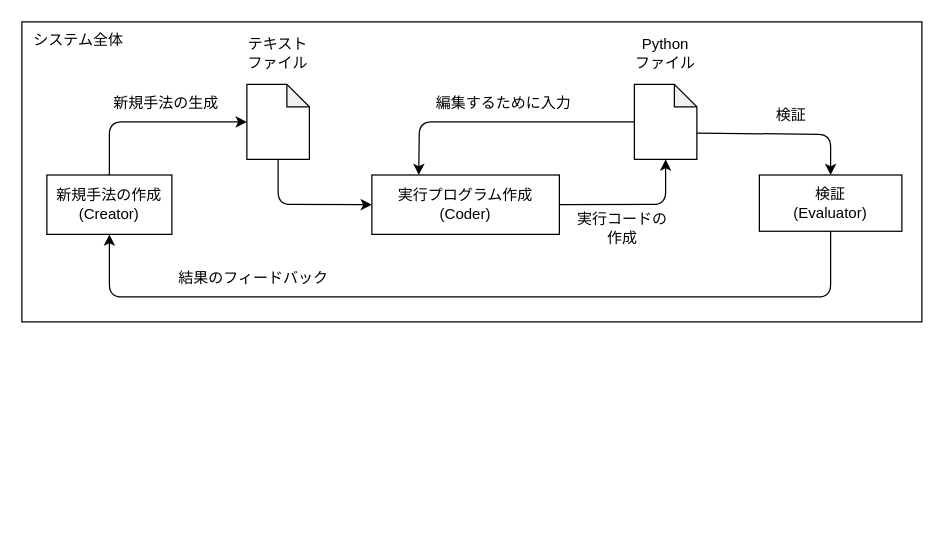
auto-res/hotl keeps this draw.io diagram as images/system.drawio. Above is the earlier version. Source tidied: cells renumbered, new cells numbered last; positions are measured from the earlier drawing's top-left corner, leaving out a move shared by most shapes. Both pictures are drawn from the tidied source at 125%, with x=0, y=0 at pixel (21, 21).
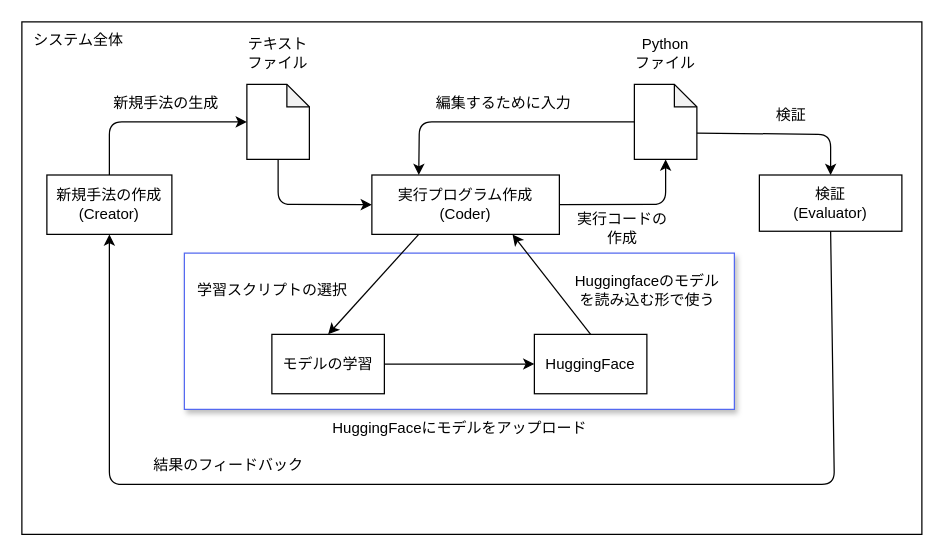
The same diagram, later.

Commit message (it also covers changes not shown here):
新しいファイルと変更が含まれています

The change refers to these unchanged cells:
```xml
<mxCell id="3" value="検証&lt;br&gt;(Evaluator)" style="rounded=0;whiteSpace=wrap;html=1;" parent="1" vertex="1">
  <mxGeometry x="590" y="122.5" width="114" height="45" as="geometry" />
</mxCell>
<mxCell id="4" value="新規手法の作成&lt;br&gt;(Creator)" style="rounded=0;whiteSpace=wrap;html=1;" parent="1" vertex="1">
  <mxGeometry x="20" y="122.5" width="100" height="47.5" as="geometry" />
</mxCell>
<mxCell id="6" value="実行プログラム作成&lt;br&gt;(Coder)" style="rounded=0;whiteSpace=wrap;html=1;" parent="1" vertex="1">
  <mxGeometry x="280" y="122.5" width="150" height="47.5" as="geometry" />
</mxCell>
```

Diff of the diagram source:
```diff
@@
     <mxCell id="2" style="rounded=0;whiteSpace=wrap;html=1;align=left;" parent="1" vertex="1">
-      <mxGeometry width="720" height="240" as="geometry" />
+      <mxGeometry width="720" height="410" as="geometry" />
     </mxCell>
+    <mxCell id="22" style="rounded=0;whiteSpace=wrap;html=1;strokeColor=#5469F0;shadow=1;" parent="1" vertex="1">
+      <mxGeometry x="130" y="185" width="440" height="125" as="geometry" />
+    </mxCell>
@@
     <mxCell id="5" style="endArrow=classic;html=1;entryX=0.5;entryY=1;entryDx=0;entryDy=0;exitX=0.5;exitY=1;exitDx=0;exitDy=0;" parent="1" edge="1" source="3" target="4">
       <mxGeometry relative="1" as="geometry">
         <Array as="points">
-          <mxPoint x="647" y="220" />
-          <mxPoint x="70" y="220" />
+          <mxPoint x="650" y="370" />
+          <mxPoint x="70" y="370" />
         </Array>
       </mxGeometry>
     </mxCell>
@@
     <mxCell id="14" value="結果のフィードバック" style="text;html=1;align=center;verticalAlign=middle;strokeColor=none;fillColor=none;" parent="1" vertex="1">
-      <mxGeometry x="115" y="190" width="140" height="30" as="geometry" />
+      <mxGeometry x="95" y="340" width="140" height="30" as="geometry" />
     </mxCell>
@@
+    <mxCell id="23" value="モデルの学習" style="rounded=0;whiteSpace=wrap;html=1;" parent="1" vertex="1">
+      <mxGeometry x="200" y="250" width="90" height="47.5" as="geometry" />
+    </mxCell>
+    <mxCell id="24" value="HuggingFace" style="rounded=0;whiteSpace=wrap;html=1;" parent="1" vertex="1">
+      <mxGeometry x="410" y="250" width="90" height="47.5" as="geometry" />
+    </mxCell>
+    <mxCell id="25" style="endArrow=classic;html=1;exitX=0.25;exitY=1;exitDx=0;exitDy=0;entryX=0.5;entryY=0;entryDx=0;entryDy=0;" parent="1" edge="1" source="6" target="23">
+      <mxGeometry relative="1" as="geometry" />
+    </mxCell>
+    <mxCell id="26" style="endArrow=classic;html=1;exitX=1;exitY=0.5;exitDx=0;exitDy=0;entryX=0;entryY=0.5;entryDx=0;entryDy=0;" parent="1" edge="1" source="23" target="24">
+      <mxGeometry relative="1" as="geometry" />
+    </mxCell>
+    <mxCell id="27" style="endArrow=classic;html=1;exitX=0.5;exitY=0;exitDx=0;exitDy=0;entryX=0.75;entryY=1;entryDx=0;entryDy=0;" parent="1" edge="1" source="24" target="6">
+      <mxGeometry relative="1" as="geometry" />
+    </mxCell>
+    <mxCell id="28" value="学習スクリプトの選択" style="text;html=1;align=center;verticalAlign=middle;strokeColor=none;fillColor=none;" parent="1" vertex="1">
+      <mxGeometry x="130" y="200" width="140" height="30" as="geometry" />
+    </mxCell>
+    <mxCell id="29" value="HuggingFaceにモデルをアップロード" style="text;html=1;align=center;verticalAlign=middle;strokeColor=none;fillColor=none;" parent="1" vertex="1">
+      <mxGeometry x="235" y="310" width="230" height="30" as="geometry" />
+    </mxCell>
+    <mxCell id="30" value="Huggingfaceのモデル&lt;br&gt;を読み込む形で使う" style="text;html=1;align=center;verticalAlign=middle;strokeColor=none;fillColor=none;" parent="1" vertex="1">
+      <mxGeometry x="430" y="195" width="140" height="40" as="geometry" />
+    </mxCell>
```
